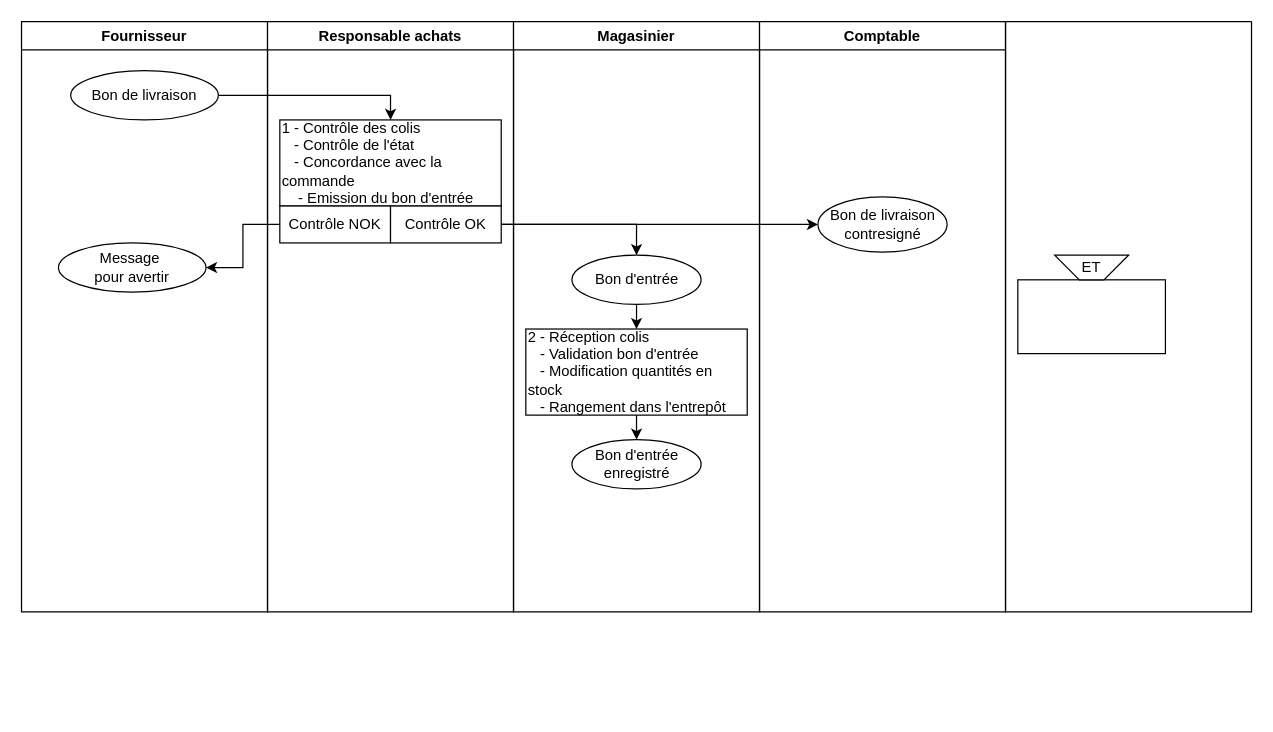
The draw.io diagram Compta-Gestion/SQL/Medicair-Appli16-partie1.drawio in BenPruvost/maths-cfa, before the edit. Source tidied: cells renumbered, new cells numbered last; positions are measured from the earlier drawing's top-left corner, leaving out a move shared by most shapes. Both pictures are drawn from the tidied source at 123%, with x=0, y=0 at pixel (21, 21).
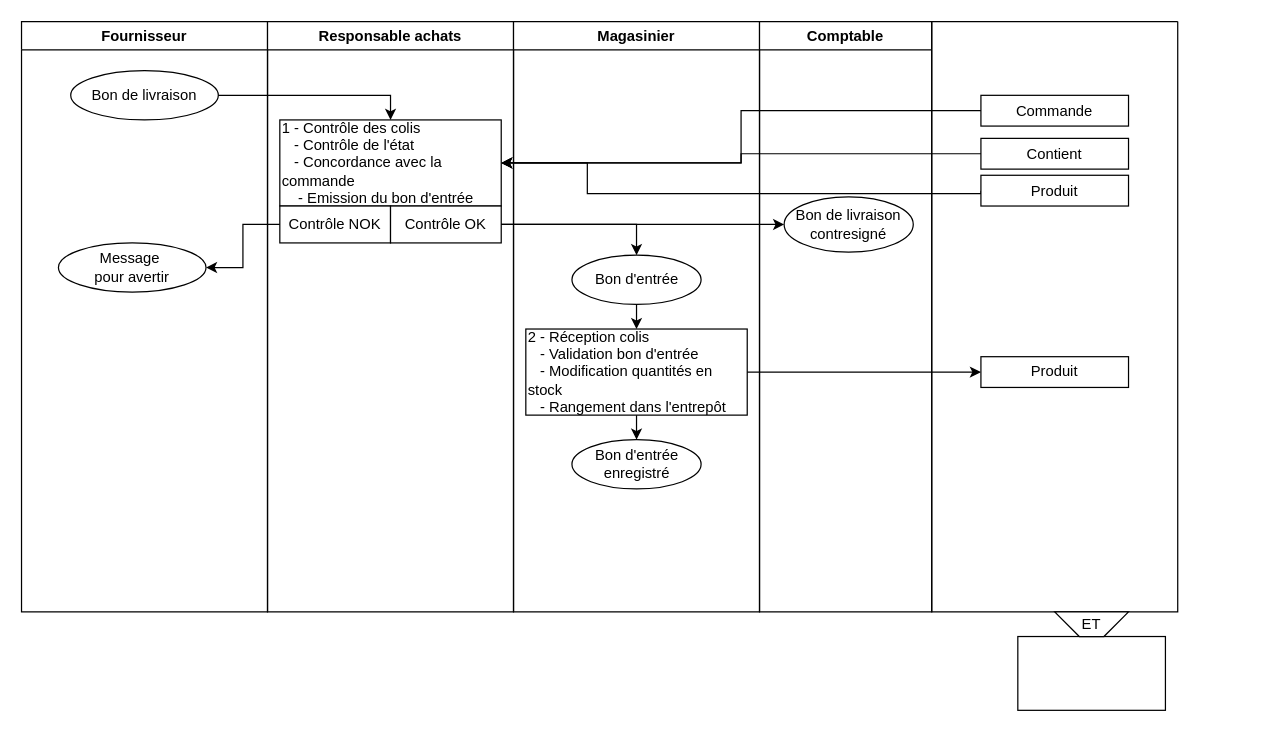
The same page after the edit.

Commit message:
Mettre à jour Medicair-Appli16-partie1.drawio

The change refers to these unchanged cells:
```xml
<mxCell id="6" value="1 - Contrôle des colis&lt;div&gt;&amp;nbsp; &amp;nbsp;- Contrôle de l'état&lt;/div&gt;&lt;div&gt;&amp;nbsp; &amp;nbsp;- Concordance avec la commande&lt;/div&gt;&lt;div&gt;&amp;nbsp; &amp;nbsp; - Emission du bon d'entrée&lt;/div&gt;" style="rounded=0;whiteSpace=wrap;html=1;align=left;" parent="5" vertex="1">
  <mxGeometry x="10" y="80" width="180" height="70" as="geometry" />
</mxCell>
<mxCell id="9" value="Magasinier" style="swimlane;whiteSpace=wrap;html=1;" parent="1" vertex="1">
  <mxGeometry x="400" width="200" height="480" as="geometry" />
</mxCell>
<mxCell id="13" value="2 - Réception colis&lt;div&gt;&amp;nbsp; &amp;nbsp;- Validation bon d'entrée&lt;/div&gt;&lt;div&gt;&amp;nbsp; &amp;nbsp;- Modification quantités en stock&lt;/div&gt;&lt;div&gt;&amp;nbsp; &amp;nbsp;- Rangement dans l'entrepôt&lt;/div&gt;" style="rounded=0;whiteSpace=wrap;html=1;align=left;" parent="9" vertex="1">
  <mxGeometry x="10" y="250" width="180" height="70" as="geometry" />
</mxCell>
```

Diff of the diagram source:
```diff
@@
+    <mxCell id="25" style="edgeStyle=orthogonalEdgeStyle;rounded=0;jettySize=auto;html=1;exitX=0;exitY=0.5;exitDx=0;exitDy=0;entryX=1;entryY=0.5;entryDx=0;entryDy=0;" parent="9" edge="1" source="29" target="6">
+      <mxGeometry relative="1" as="geometry">
+        <Array as="points">
+          <mxPoint x="380" y="140" />
+          <mxPoint x="60" y="140" />
+          <mxPoint x="60" y="115" />
+        </Array>
+      </mxGeometry>
+    </mxCell>
     <mxCell id="15" value="Comptable" style="swimlane;whiteSpace=wrap;html=1;" parent="1" vertex="1">
-      <mxGeometry x="600" width="200" height="480" as="geometry" />
+      <mxGeometry x="600" width="140" height="480" as="geometry" />
     </mxCell>
     <mxCell id="16" value="Bon de livraison&lt;div&gt;contresigné&lt;/div&gt;" style="ellipse;whiteSpace=wrap;html=1;" parent="15" vertex="1">
-      <mxGeometry x="47.5" y="142.5" width="105" height="45" as="geometry" />
+      <mxGeometry x="20" y="142.5" width="105" height="45" as="geometry" />
     </mxCell>
     <mxCell id="17" style="swimlane;startSize=0;" parent="1" vertex="1">
-      <mxGeometry x="800" width="200" height="480" as="geometry" />
+      <mxGeometry x="740" width="200" height="480" as="geometry" />
     </mxCell>
-    <mxCell id="18" style="group;" parent="17" vertex="1">
-      <mxGeometry x="10" y="190" width="120" height="80" as="geometry" />
-    </mxCell>
-    <mxCell id="19" style="rounded=0;whiteSpace=wrap;html=1;" parent="18" vertex="1">
-      <mxGeometry y="20" width="120" height="60" as="geometry" />
-    </mxCell>
-    <mxCell id="20" value="ET" style="shape=trapezoid;perimeter=trapezoidPerimeter;whiteSpace=wrap;html=1;fixedSize=1;direction=west;" parent="18" vertex="1">
-      <mxGeometry x="30" width="60" height="20" as="geometry" />
-    </mxCell>
+    <mxCell id="26" value="Commande" style="rounded=0;whiteSpace=wrap;html=1;" parent="17" vertex="1">
+      <mxGeometry x="40" y="60" width="120" height="25" as="geometry" />
+    </mxCell>
+    <mxCell id="27" value="Produit" style="rounded=0;whiteSpace=wrap;html=1;" parent="17" vertex="1">
+      <mxGeometry x="40" y="272.5" width="120" height="25" as="geometry" />
+    </mxCell>
+    <mxCell id="28" value="Contient" style="rounded=0;whiteSpace=wrap;html=1;" parent="17" vertex="1">
+      <mxGeometry x="40" y="95" width="120" height="25" as="geometry" />
+    </mxCell>
+    <mxCell id="29" value="Produit" style="rounded=0;whiteSpace=wrap;html=1;" parent="17" vertex="1">
+      <mxGeometry x="40" y="125" width="120" height="25" as="geometry" />
+    </mxCell>
@@
+    <mxCell id="18" style="group;" parent="1" vertex="1">
+      <mxGeometry x="810" y="480" width="120" height="80" as="geometry" />
+    </mxCell>
+    <mxCell id="19" style="rounded=0;whiteSpace=wrap;html=1;" parent="18" vertex="1">
+      <mxGeometry y="20" width="120" height="60" as="geometry" />
+    </mxCell>
+    <mxCell id="20" value="ET" style="shape=trapezoid;perimeter=trapezoidPerimeter;whiteSpace=wrap;html=1;fixedSize=1;direction=west;" parent="18" vertex="1">
+      <mxGeometry x="30" width="60" height="20" as="geometry" />
+    </mxCell>
+    <mxCell id="30" style="edgeStyle=orthogonalEdgeStyle;rounded=0;jettySize=auto;html=1;exitX=0;exitY=0.5;exitDx=0;exitDy=0;entryX=1;entryY=0.5;entryDx=0;entryDy=0;" parent="1" edge="1" source="26" target="6">
+      <mxGeometry relative="1" as="geometry" />
+    </mxCell>
+    <mxCell id="31" style="edgeStyle=orthogonalEdgeStyle;rounded=0;jettySize=auto;html=1;exitX=1;exitY=0.5;exitDx=0;exitDy=0;" parent="1" edge="1" source="13" target="27">
+      <mxGeometry relative="1" as="geometry" />
+    </mxCell>
+    <mxCell id="32" style="edgeStyle=orthogonalEdgeStyle;rounded=0;jettySize=auto;html=1;exitX=0;exitY=0.5;exitDx=0;exitDy=0;entryX=1;entryY=0.5;entryDx=0;entryDy=0;" parent="1" edge="1" source="28" target="6">
+      <mxGeometry relative="1" as="geometry" />
+    </mxCell>
```
